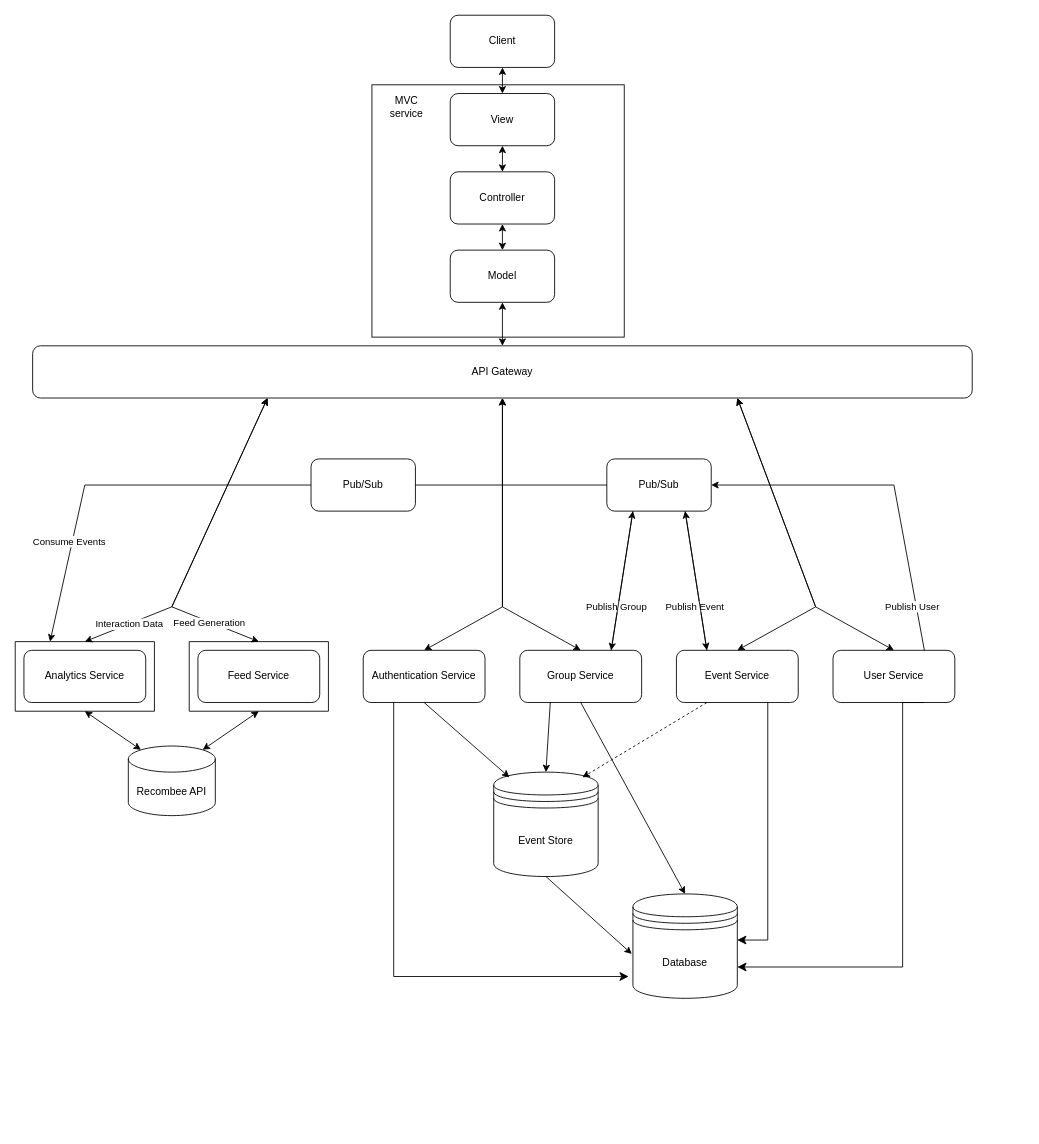
maged-elhabiby/YallaNow keeps this draw.io diagram as design_architecture.drawio. Above is the earlier version. Source tidied: cells renumbered, new cells numbered last; positions are measured from the earlier drawing's top-left corner, leaving out a move shared by most shapes. Both pictures are drawn from the tidied source at 87%, with x=0, y=0 at pixel (15, 15).
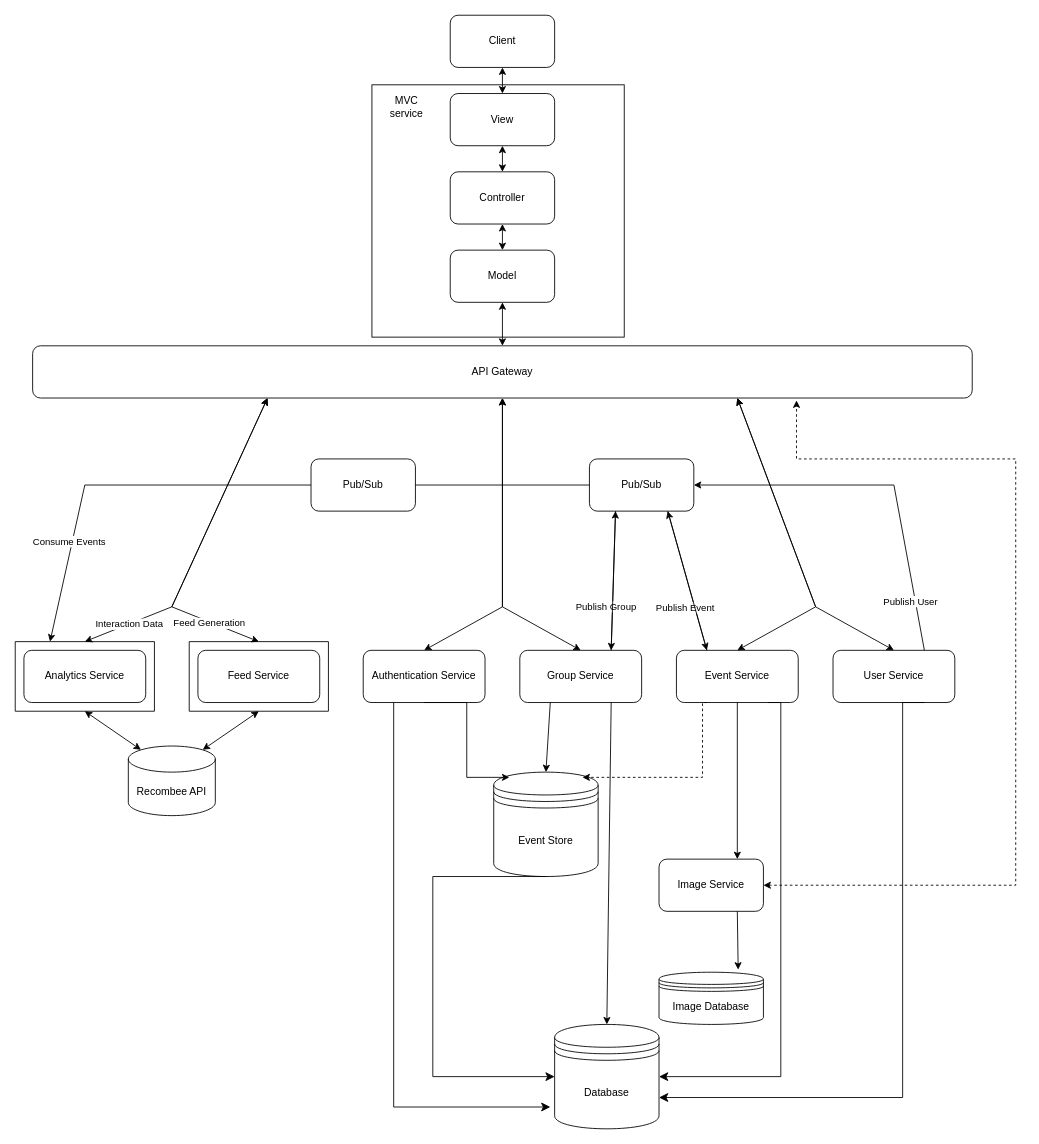
Above is the later version.

The change refers to these unchanged cells:
```xml
<mxCell id="10" value="API Gateway" style="rounded=1;whiteSpace=wrap;html=1;" parent="1" vertex="1">
  <mxGeometry x="20" y="380" width="1080" height="60" as="geometry" />
</mxCell>
<mxCell id="15" value="Group Service" style="rounded=1;whiteSpace=wrap;html=1;" parent="1" vertex="1">
  <mxGeometry x="580" y="730" width="140" height="60" as="geometry" />
</mxCell>
<mxCell id="16" value="Event Service" style="rounded=1;whiteSpace=wrap;html=1;" parent="1" vertex="1">
  <mxGeometry x="760" y="730" width="140" height="60" as="geometry" />
</mxCell>
<mxCell id="38" value="Authentication Service" style="rounded=1;whiteSpace=wrap;html=1;" parent="1" vertex="1">
  <mxGeometry x="400" y="730" width="140" height="60" as="geometry" />
</mxCell>
<mxCell id="39" value="Event Store" style="shape=datastore;whiteSpace=wrap;html=1;" parent="1" vertex="1">
  <mxGeometry x="550" y="870" width="120" height="120" as="geometry" />
</mxCell>
```

What changed in the source:
```diff
@@
+    <mxCell id="55" style="endArrow=classic;startArrow=classic;html=1;rounded=0;exitX=1;exitY=0.5;exitDx=0;exitDy=0;entryX=0.813;entryY=1.046;entryDx=0;entryDy=0;entryPerimeter=0;dashed=1;edgeStyle=orthogonalEdgeStyle;" parent="1" edge="1" source="57" target="10">
+      <mxGeometry relative="1" as="geometry">
+        <Array as="points">
+          <mxPoint x="1150" y="1000" />
+          <mxPoint x="1150" y="510" />
+          <mxPoint x="898" y="510" />
+        </Array>
+      </mxGeometry>
+    </mxCell>
@@
     <mxCell id="23" value="Pub/Sub" style="rounded=1;whiteSpace=wrap;html=1;" parent="1" vertex="1">
-      <mxGeometry x="680" y="510" width="120" height="60" as="geometry" />
+      <mxGeometry x="660" y="510" width="120" height="60" as="geometry" />
     </mxCell>
@@
     <mxCell id="40" value="Database" style="shape=datastore;whiteSpace=wrap;html=1;" parent="1" vertex="1">
-      <mxGeometry x="710" y="1010" width="120" height="120" as="geometry" />
+      <mxGeometry x="620" y="1160" width="120" height="120" as="geometry" />
     </mxCell>
-    <mxCell id="41" style="endArrow=classic;html=1;rounded=0;entryX=0.15;entryY=0.05;entryDx=0;entryDy=0;entryPerimeter=0;exitX=0.5;exitY=1;exitDx=0;exitDy=0;" parent="1" edge="1" source="38" target="39">
+    <mxCell id="41" style="endArrow=classic;html=1;rounded=0;entryX=0.15;entryY=0.05;entryDx=0;entryDy=0;entryPerimeter=0;exitX=0.5;exitY=1;exitDx=0;exitDy=0;edgeStyle=elbowEdgeStyle;" parent="1" edge="1" source="38" target="39">
       <mxGeometry relative="1" as="geometry" />
     </mxCell>
@@
-    <mxCell id="43" style="endArrow=classic;html=1;rounded=0;exitX=0.25;exitY=1;exitDx=0;exitDy=0;entryX=0.85;entryY=0.05;entryDx=0;entryDy=0;entryPerimeter=0;dashed=1;" parent="1" edge="1" source="16" target="39">
-      <mxGeometry relative="1" as="geometry" />
+    <mxCell id="43" style="endArrow=classic;html=1;rounded=0;exitX=0.25;exitY=1;exitDx=0;exitDy=0;entryX=0.85;entryY=0.05;entryDx=0;entryDy=0;entryPerimeter=0;dashed=1;edgeStyle=elbowEdgeStyle;" parent="1" edge="1" source="16" target="39">
+      <mxGeometry relative="1" as="geometry">
+        <Array as="points">
+          <mxPoint x="790" y="840" />
+        </Array>
+      </mxGeometry>
     </mxCell>
-    <mxCell id="44" style="endArrow=classic;html=1;rounded=0;exitX=0.5;exitY=1;exitDx=0;exitDy=0;entryX=-0.011;entryY=0.575;entryDx=0;entryDy=0;entryPerimeter=0;" parent="1" edge="1" source="39" target="40">
-      <mxGeometry relative="1" as="geometry" />
-    </mxCell>
@@
-    <mxCell id="47" style="edgeStyle=elbowEdgeStyle;elbow=vertical;endArrow=classic;html=1;curved=0;rounded=0;endSize=8;startSize=8;entryX=0.999;entryY=0.438;entryDx=0;entryDy=0;entryPerimeter=0;exitX=0.75;exitY=1;exitDx=0;exitDy=0;" parent="1" edge="1" source="16" target="40">
-      <mxGeometry relative="1" as="geometry">
-        <Array as="points">
-          <mxPoint x="900" y="1063" />
-        </Array>
-      </mxGeometry>
-    </mxCell>
-    <mxCell id="48" style="endArrow=classic;html=1;rounded=0;exitX=0.5;exitY=1;exitDx=0;exitDy=0;entryX=0.5;entryY=0;entryDx=0;entryDy=0;" parent="1" edge="1" source="15" target="40">
+    <mxCell id="48" style="endArrow=classic;html=1;rounded=0;entryX=0.5;entryY=0;entryDx=0;entryDy=0;exitX=0.75;exitY=1;exitDx=0;exitDy=0;" parent="1" edge="1" source="15" target="40">
       <mxGeometry relative="1" as="geometry" />
     </mxCell>
@@
+    <mxCell id="44" style="edgeStyle=elbowEdgeStyle;elbow=horizontal;endArrow=classic;html=1;curved=0;rounded=0;endSize=8;startSize=8;entryX=0;entryY=0.5;entryDx=0;entryDy=0;exitX=0.5;exitY=1;exitDx=0;exitDy=0;" parent="1" edge="1" source="39" target="40">
+      <mxGeometry relative="1" as="geometry">
+        <Array as="points">
+          <mxPoint x="480" y="1110" />
+        </Array>
+      </mxGeometry>
+    </mxCell>
+    <mxCell id="47" style="edgeStyle=elbowEdgeStyle;elbow=horizontal;endArrow=classic;html=1;curved=0;rounded=0;endSize=8;startSize=8;entryX=1;entryY=0.5;entryDx=0;entryDy=0;exitX=0.75;exitY=1;exitDx=0;exitDy=0;" parent="1" edge="1" source="16" target="40">
+      <mxGeometry relative="1" as="geometry">
+        <Array as="points">
+          <mxPoint x="880" y="1000" />
+        </Array>
+      </mxGeometry>
+    </mxCell>
+    <mxCell id="56" value="Image Database" style="shape=datastore;whiteSpace=wrap;html=1;" parent="1" vertex="1">
+      <mxGeometry x="740" y="1100" width="120" height="60" as="geometry" />
+    </mxCell>
+    <mxCell id="57" value="Image Service" style="rounded=1;whiteSpace=wrap;html=1;" parent="1" vertex="1">
+      <mxGeometry x="740" y="970" width="120" height="60" as="geometry" />
+    </mxCell>
+    <mxCell id="58" style="endArrow=classic;html=1;rounded=0;exitX=0.5;exitY=1;exitDx=0;exitDy=0;entryX=0.75;entryY=0;entryDx=0;entryDy=0;" parent="1" edge="1" source="16" target="57">
+      <mxGeometry relative="1" as="geometry" />
+    </mxCell>
+    <mxCell id="59" style="endArrow=classic;html=1;rounded=0;exitX=0.75;exitY=1;exitDx=0;exitDy=0;entryX=0.758;entryY=-0.05;entryDx=0;entryDy=0;entryPerimeter=0;" parent="1" edge="1" source="57" target="56">
+      <mxGeometry relative="1" as="geometry" />
+    </mxCell>
```
